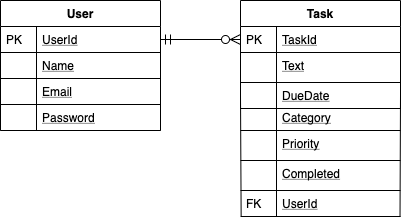
The draw.io diagram documents/todo_diagram.png in AlbaRodGal/todo_app_frontend, before a commit. Source tidied: cells renumbered, new cells last; positions are measured from the earlier drawing's top-left corner, leaving out a move shared by most shapes.
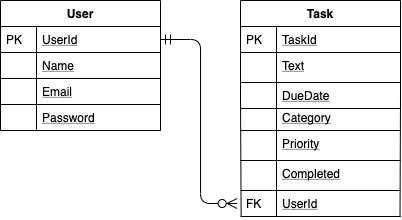
After the change.

Commit message:
fixed mistake in diagram

The edit, as a diff of the source:
```diff
@@ -50,7 +50,7 @@
     <mxCell id="17" style="shape=partialRectangle;top=0;left=0;bottom=0;fillColor=none;align=left;verticalAlign=top;spacingLeft=4;spacingRight=4;overflow=hidden;" parent="16" vertex="1">
       <mxGeometry width="36" height="26" as="geometry" />
     </mxCell>
-    <mxCell id="18" style="edgeStyle=orthogonalEdgeStyle;endArrow=ERzeroToMany;startArrow=ERmandOne;shadow=0;strokeWidth=1;endSize=8;startSize=8;" parent="1" edge="1" source="3" target="12">
+    <mxCell id="18" style="edgeStyle=orthogonalEdgeStyle;endArrow=ERzeroToMany;startArrow=ERmandOne;shadow=0;strokeWidth=1;endSize=8;startSize=8;entryX=-0.021;entryY=0.5;entryDx=0;entryDy=0;entryPerimeter=0;" parent="1" edge="1" source="3" target="27">
       <mxGeometry relative="1" as="geometry" />
     </mxCell>
     <mxCell id="19" value="Category" style="shape=partialRectangle;top=0;left=0;right=0;bottom=1;align=left;verticalAlign=top;fillColor=none;spacingLeft=40;spacingRight=4;overflow=hidden;rounded=0;shadow=0;strokeWidth=1;fontStyle=4;" parent="1" vertex="1">
```
